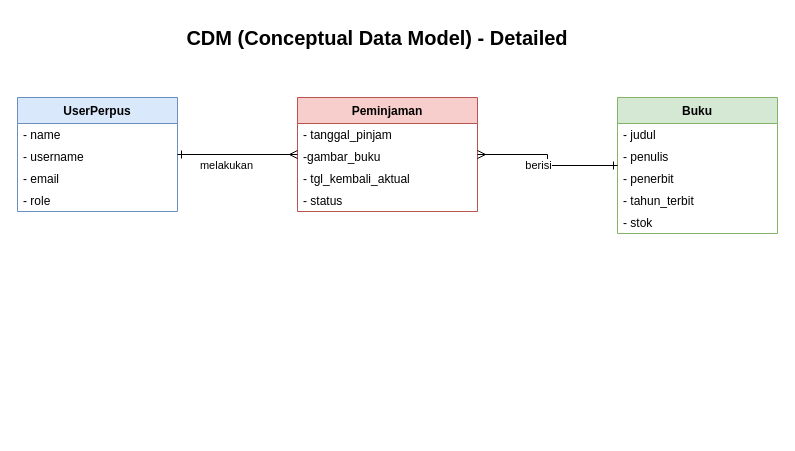
The draw.io diagram cdm_perpus.drawio.xml in AdityaWijayaPutra30/Tugas-Akhir-DPW, before the edit. Source tidied: cells renumbered, new cells numbered last; positions are measured from the earlier drawing's top-left corner, leaving out a move shared by most shapes. Both pictures are drawn from the tidied source at 100%, with x=0, y=0 at pixel (17, 17).
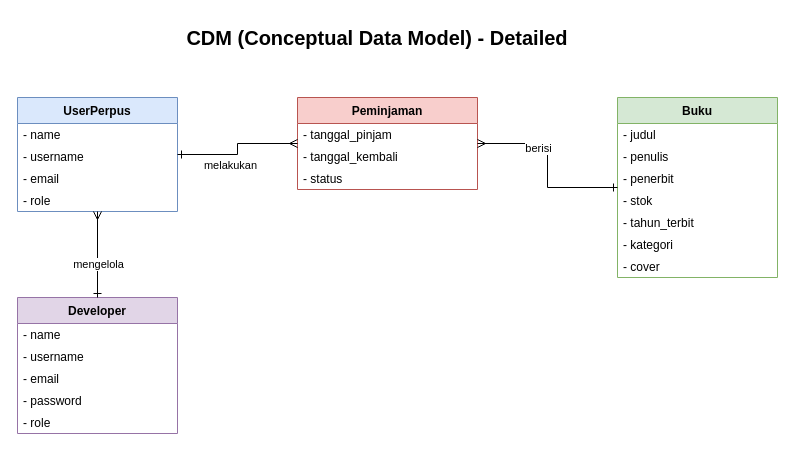
The same page after the edit.

The change refers to these unchanged cells:
```xml
<mxCell id="3" value="UserPerpus" style="swimlane;fontStyle=1;align=center;verticalAlign=top;horizontal=1;startSize=26;fillColor=#dae8fc;strokeColor=#6c8ebf;" parent="1" vertex="1">
  <mxGeometry y="80" width="160" height="114" as="geometry" />
</mxCell>
```

What changed in the source:
```diff
@@
     <mxCell id="8" value="Peminjaman" style="swimlane;fontStyle=1;align=center;verticalAlign=top;horizontal=1;startSize=26;fillColor=#f8cecc;strokeColor=#b85450;" parent="1" vertex="1">
-      <mxGeometry x="280" y="80" width="180" height="114" as="geometry" />
+      <mxGeometry x="280" y="80" width="180" height="92" as="geometry" />
     </mxCell>
@@
-    <mxCell id="10" value="-gambar_buku" style="text;strokeColor=none;fillColor=none;align=left;verticalAlign=middle;spacingLeft=4;spacingRight=4;overflow=hidden;" parent="8" vertex="1">
+    <mxCell id="10" value="- tanggal_kembali" style="text;strokeColor=none;fillColor=none;align=left;verticalAlign=middle;spacingLeft=4;spacingRight=4;overflow=hidden;" parent="8" vertex="1">
       <mxGeometry y="48" width="180" height="22" as="geometry" />
     </mxCell>
-    <mxCell id="11" value="- tgl_kembali_aktual" style="text;strokeColor=none;fillColor=none;align=left;verticalAlign=middle;spacingLeft=4;spacingRight=4;overflow=hidden;" parent="8" vertex="1">
+    <mxCell id="11" value="- status" style="text;strokeColor=none;fillColor=none;align=left;verticalAlign=middle;spacingLeft=4;spacingRight=4;overflow=hidden;" parent="8" vertex="1">
       <mxGeometry y="70" width="180" height="22" as="geometry" />
     </mxCell>
-    <mxCell id="12" value="- status" style="text;strokeColor=none;fillColor=none;align=left;verticalAlign=middle;spacingLeft=4;spacingRight=4;overflow=hidden;" parent="8" vertex="1">
-      <mxGeometry y="92" width="180" height="22" as="geometry" />
-    </mxCell>
     <mxCell id="13" value="Buku" style="swimlane;fontStyle=1;align=center;verticalAlign=top;horizontal=1;startSize=26;fillColor=#d5e8d4;strokeColor=#82b366;" parent="1" vertex="1">
-      <mxGeometry x="600" y="80" width="160" height="136" as="geometry" />
+      <mxGeometry x="600" y="80" width="160" height="180" as="geometry" />
     </mxCell>
@@
-    <mxCell id="17" value="- tahun_terbit" style="text;strokeColor=none;fillColor=none;align=left;verticalAlign=middle;spacingLeft=4;spacingRight=4;overflow=hidden;" parent="13" vertex="1">
+    <mxCell id="17" value="- stok" style="text;strokeColor=none;fillColor=none;align=left;verticalAlign=middle;spacingLeft=4;spacingRight=4;overflow=hidden;" parent="13" vertex="1">
       <mxGeometry y="92" width="160" height="22" as="geometry" />
     </mxCell>
-    <mxCell id="18" value="- stok" style="text;strokeColor=none;fillColor=none;align=left;verticalAlign=middle;spacingLeft=4;spacingRight=4;overflow=hidden;" parent="13" vertex="1">
+    <mxCell id="18" value="- tahun_terbit" style="text;strokeColor=none;fillColor=none;align=left;verticalAlign=middle;spacingLeft=4;spacingRight=4;overflow=hidden;" parent="13" vertex="1">
       <mxGeometry y="114" width="160" height="22" as="geometry" />
     </mxCell>
+    <mxCell id="23" value="- kategori" style="text;strokeColor=none;fillColor=none;align=left;verticalAlign=middle;spacingLeft=4;spacingRight=4;overflow=hidden;" parent="13" vertex="1">
+      <mxGeometry y="136" width="160" height="22" as="geometry" />
+    </mxCell>
+    <mxCell id="24" value="- cover" style="text;strokeColor=none;fillColor=none;align=left;verticalAlign=middle;spacingLeft=4;spacingRight=4;overflow=hidden;" parent="13" vertex="1">
+      <mxGeometry y="158" width="160" height="22" as="geometry" />
+    </mxCell>
@@
+    <mxCell id="25" value="Developer" style="swimlane;fontStyle=1;align=center;verticalAlign=top;horizontal=1;startSize=26;fillColor=#e1d5e7;strokeColor=#9673a6;" parent="1" vertex="1">
+      <mxGeometry y="280" width="160" height="136" as="geometry" />
+    </mxCell>
+    <mxCell id="26" value="- name" style="text;strokeColor=none;fillColor=none;align=left;verticalAlign=middle;spacingLeft=4;spacingRight=4;overflow=hidden;" parent="25" vertex="1">
+      <mxGeometry y="26" width="160" height="22" as="geometry" />
+    </mxCell>
+    <mxCell id="27" value="- username" style="text;strokeColor=none;fillColor=none;align=left;verticalAlign=middle;spacingLeft=4;spacingRight=4;overflow=hidden;" parent="25" vertex="1">
+      <mxGeometry y="48" width="160" height="22" as="geometry" />
+    </mxCell>
+    <mxCell id="28" value="- email" style="text;strokeColor=none;fillColor=none;align=left;verticalAlign=middle;spacingLeft=4;spacingRight=4;overflow=hidden;" parent="25" vertex="1">
+      <mxGeometry y="70" width="160" height="22" as="geometry" />
+    </mxCell>
+    <mxCell id="29" value="- password" style="text;strokeColor=none;fillColor=none;align=left;verticalAlign=middle;spacingLeft=4;spacingRight=4;overflow=hidden;" parent="25" vertex="1">
+      <mxGeometry y="92" width="160" height="22" as="geometry" />
+    </mxCell>
+    <mxCell id="30" value="- role" style="text;strokeColor=none;fillColor=none;align=left;verticalAlign=middle;spacingLeft=4;spacingRight=4;overflow=hidden;" parent="25" vertex="1">
+      <mxGeometry y="114" width="160" height="22" as="geometry" />
+    </mxCell>
+    <mxCell id="31" style="edgeStyle=orthogonalEdgeStyle;rounded=0;html=1;entryX=0.5;entryY=1;entryDx=0;entryDy=0;exitX=0.5;exitY=0;exitDx=0;exitDy=0;startArrow=ERone;endArrow=ERmany;startFill=0;endFill=0;" parent="1" edge="1" source="25" target="3">
+      <mxGeometry relative="1" as="geometry" />
+    </mxCell>
+    <mxCell id="32" value="mengelola" style="edgeLabel;html=1;align=center;verticalAlign=middle;" parent="31" vertex="1">
+      <mxGeometry x="-0.2" relative="1" as="geometry" />
+    </mxCell>
```
